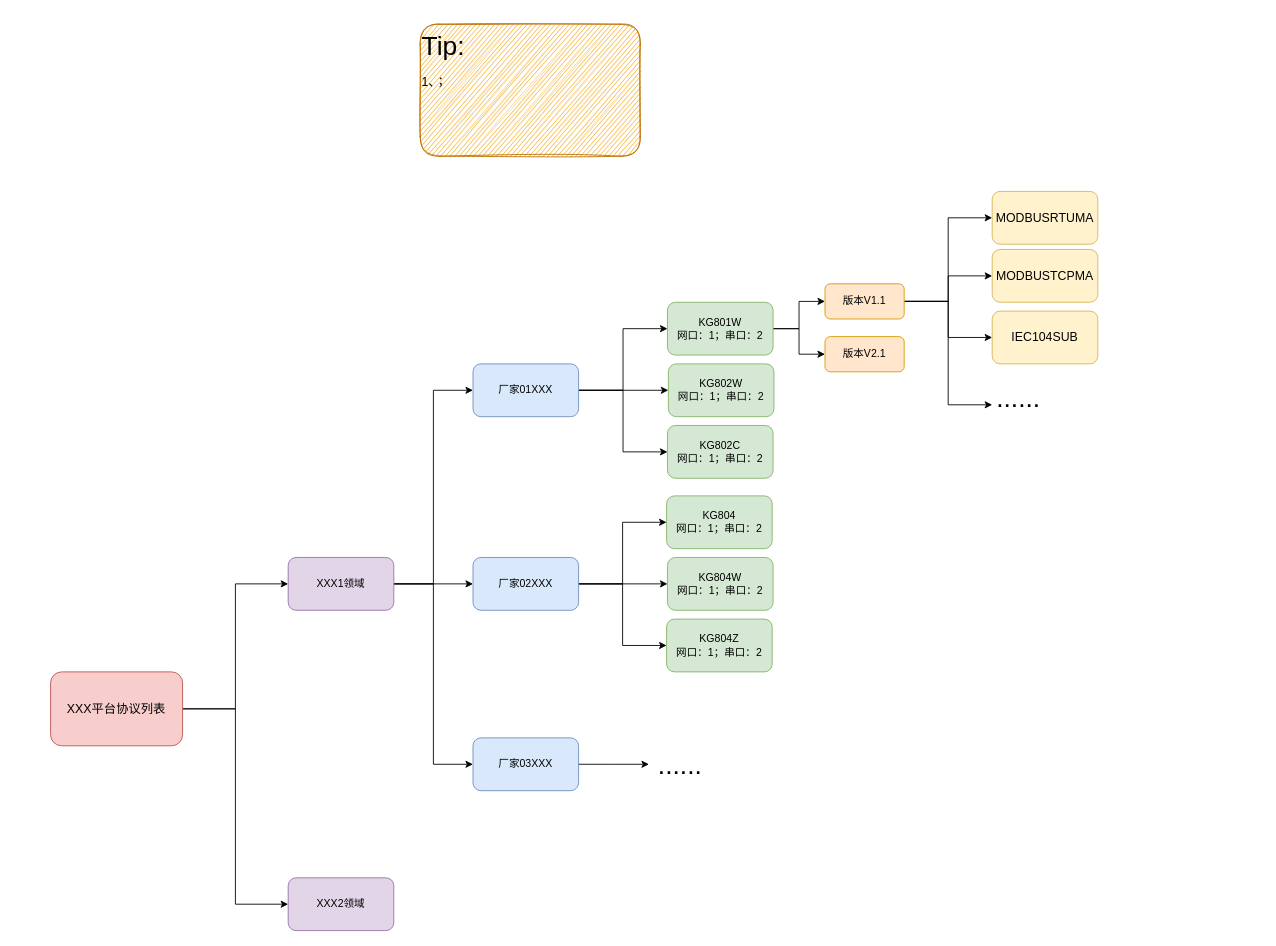
Earlier version of the draw.io diagram 协议列表.drawio (foreverfirst/draw). Source tidied: cells renumbered, new cells numbered last; positions are measured from the earlier drawing's top-left corner, leaving out a move shared by most shapes. Both pictures are drawn from the tidied source at 88%, with x=0, y=0 at pixel (50, 24).
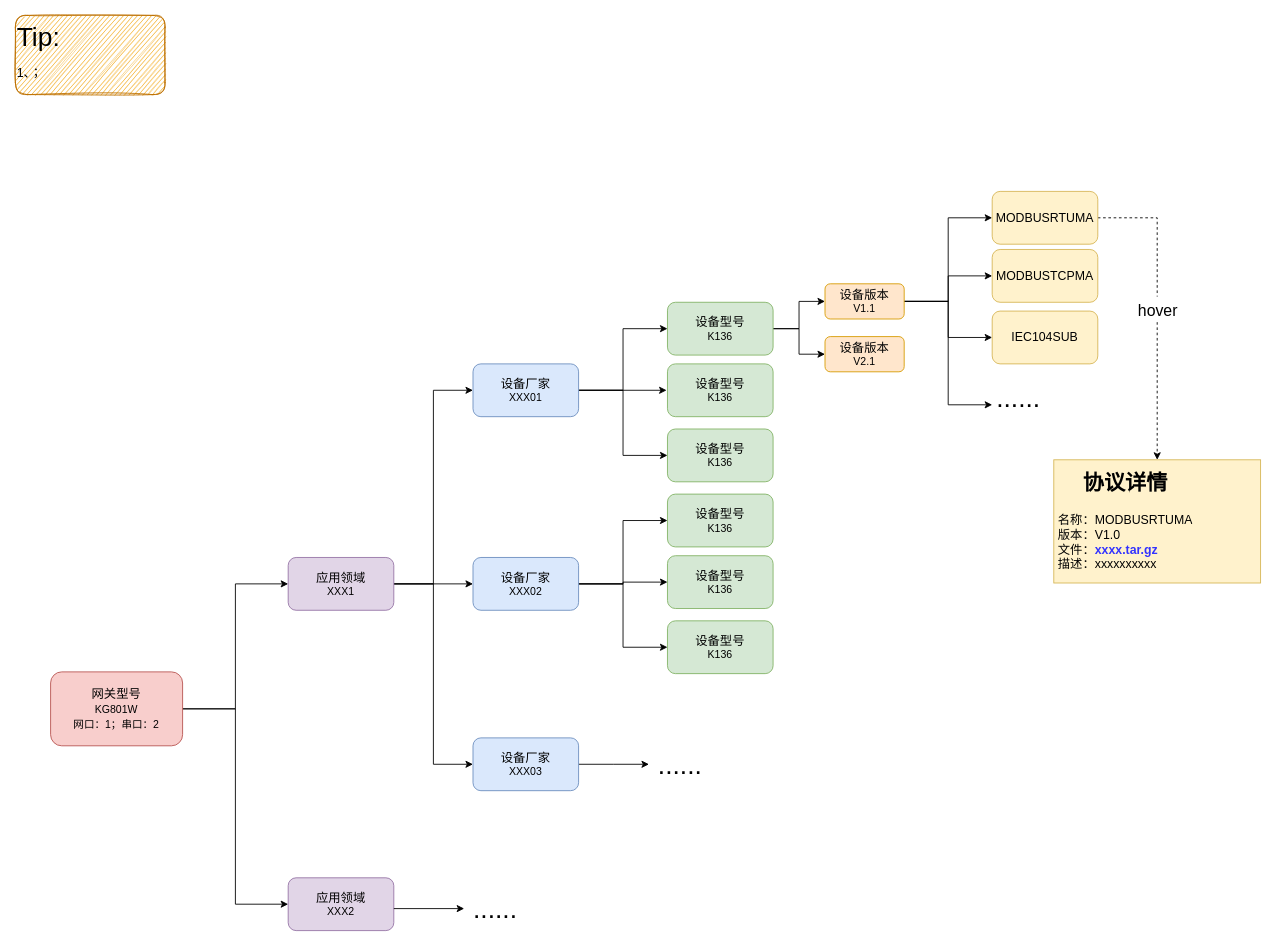
After the change.

Commit message (it also covers changes not shown here):
更新协议列表.drawio

The change refers to these unchanged cells:
```xml
<mxCell id="29" value="MODBUSRTUMA" style="rounded=1;whiteSpace=wrap;html=1;fontSize=14;fillColor=#fff2cc;strokeColor=#d6b656;" parent="1" vertex="1">
  <mxGeometry x="1070" y="190" width="120" height="60" as="geometry" />
</mxCell>
```

The edit, as a diff of the source:
```diff
@@
-    <mxCell id="3" style="edgeStyle=orthogonalEdgeStyle;rounded=0;jettySize=auto;html=1;exitX=1;exitY=0.5;exitDx=0;exitDy=0;entryX=0;entryY=0.5;entryDx=0;entryDy=0;" parent="1" edge="1" source="5" target="17">
-      <mxGeometry relative="1" as="geometry" />
+    <mxCell id="3" style="edgeStyle=orthogonalEdgeStyle;rounded=0;jettySize=auto;html=1;exitX=1;exitY=0.5;exitDx=0;exitDy=0;entryX=0;entryY=0.5;entryDx=0;entryDy=0;" parent="1" edge="1" source="5">
+      <mxGeometry relative="1" as="geometry">
+        <mxPoint x="700" y="416" as="targetPoint" />
+      </mxGeometry>
     </mxCell>
-    <mxCell id="4" style="edgeStyle=orthogonalEdgeStyle;rounded=0;jettySize=auto;html=1;exitX=1;exitY=0.5;exitDx=0;exitDy=0;entryX=0;entryY=0.5;entryDx=0;entryDy=0;" parent="1" edge="1" source="5" target="18">
-      <mxGeometry relative="1" as="geometry" />
-    </mxCell>
+    <mxCell id="40" style="edgeStyle=orthogonalEdgeStyle;rounded=0;jettySize=auto;html=1;exitX=1;exitY=0.5;exitDx=0;exitDy=0;entryX=0;entryY=0.5;entryDx=0;entryDy=0;fontSize=12;fontColor=#3333FF;" parent="1" edge="1" source="5" target="45">
+      <mxGeometry relative="1" as="geometry" />
+    </mxCell>
-    <mxCell id="5" value="厂家01XXX" style="rounded=1;whiteSpace=wrap;html=1;fillColor=#dae8fc;strokeColor=#6c8ebf;" parent="1" vertex="1">
+    <mxCell id="5" value="&lt;font style=&quot;font-size: 14px;&quot;&gt;设备厂家&lt;/font&gt;&lt;br&gt;XXX01" style="rounded=1;whiteSpace=wrap;html=1;fillColor=#dae8fc;strokeColor=#6c8ebf;" parent="1" vertex="1">
       <mxGeometry x="480" y="386" width="120" height="60" as="geometry" />
     </mxCell>
@@
-    <mxCell id="9" value="XXX1领域" style="rounded=1;whiteSpace=wrap;html=1;fillColor=#e1d5e7;strokeColor=#9673a6;" parent="1" vertex="1">
+    <mxCell id="9" value="&lt;font style=&quot;font-size: 14px;&quot;&gt;应用领域&lt;/font&gt;&lt;br&gt;XXX1" style="rounded=1;whiteSpace=wrap;html=1;fillColor=#e1d5e7;strokeColor=#9673a6;" parent="1" vertex="1">
       <mxGeometry x="270" y="606" width="120" height="60" as="geometry" />
     </mxCell>
-    <mxCell id="10" style="edgeStyle=orthogonalEdgeStyle;rounded=0;jettySize=auto;html=1;exitX=1;exitY=0.5;exitDx=0;exitDy=0;entryX=0;entryY=0.5;entryDx=0;entryDy=0;" parent="1" edge="1" source="13" target="19">
+    <mxCell id="10" style="edgeStyle=orthogonalEdgeStyle;rounded=0;jettySize=auto;html=1;exitX=1;exitY=0.5;exitDx=0;exitDy=0;entryX=0;entryY=0.5;entryDx=0;entryDy=0;" parent="1" edge="1" source="13" target="47">
       <mxGeometry relative="1" as="geometry" />
     </mxCell>
-    <mxCell id="11" style="edgeStyle=orthogonalEdgeStyle;rounded=0;jettySize=auto;html=1;exitX=1;exitY=0.5;exitDx=0;exitDy=0;entryX=0;entryY=0.5;entryDx=0;entryDy=0;" parent="1" edge="1" source="13" target="20">
+    <mxCell id="11" style="edgeStyle=orthogonalEdgeStyle;rounded=0;jettySize=auto;html=1;exitX=1;exitY=0.5;exitDx=0;exitDy=0;entryX=0;entryY=0.5;entryDx=0;entryDy=0;" parent="1" edge="1" source="13" target="49">
       <mxGeometry relative="1" as="geometry" />
     </mxCell>
-    <mxCell id="12" style="edgeStyle=orthogonalEdgeStyle;rounded=0;jettySize=auto;html=1;exitX=1;exitY=0.5;exitDx=0;exitDy=0;entryX=0;entryY=0.5;entryDx=0;entryDy=0;" parent="1" edge="1" source="13" target="21">
+    <mxCell id="12" style="edgeStyle=orthogonalEdgeStyle;rounded=0;jettySize=auto;html=1;exitX=1;exitY=0.5;exitDx=0;exitDy=0;entryX=0;entryY=0.5;entryDx=0;entryDy=0;" parent="1" edge="1" source="13" target="48">
       <mxGeometry relative="1" as="geometry" />
     </mxCell>
-    <mxCell id="13" value="厂家02XXX" style="rounded=1;whiteSpace=wrap;html=1;fillColor=#dae8fc;strokeColor=#6c8ebf;" parent="1" vertex="1">
+    <mxCell id="13" value="&lt;font style=&quot;font-size: 14px;&quot;&gt;设备厂家&lt;/font&gt;&lt;br&gt;XXX02" style="rounded=1;whiteSpace=wrap;html=1;fillColor=#dae8fc;strokeColor=#6c8ebf;" parent="1" vertex="1">
       <mxGeometry x="480" y="606" width="120" height="60" as="geometry" />
     </mxCell>
@@
-    <mxCell id="16" value="KG801W&lt;br&gt;网口：1；串口：2" style="rounded=1;whiteSpace=wrap;html=1;fillColor=#d5e8d4;strokeColor=#82b366;" parent="1" vertex="1">
+    <mxCell id="16" value="&lt;font style=&quot;&quot;&gt;&lt;span style=&quot;font-size: 14px;&quot;&gt;设备型号&lt;/span&gt;&lt;br&gt;&lt;font style=&quot;font-size: 12px;&quot;&gt;K136&lt;/font&gt;&lt;br&gt;&lt;/font&gt;" style="rounded=1;whiteSpace=wrap;html=1;fillColor=#d5e8d4;strokeColor=#82b366;" parent="1" vertex="1">
       <mxGeometry x="701" y="316" width="120" height="60" as="geometry" />
     </mxCell>
-    <mxCell id="17" value="&lt;span style=&quot;text-align: left;&quot;&gt;KG802W&lt;br&gt;&lt;/span&gt;网口：1；串口：2&lt;span style=&quot;text-align: left;&quot;&gt;&lt;br&gt;&lt;/span&gt;" style="rounded=1;whiteSpace=wrap;html=1;fillColor=#d5e8d4;strokeColor=#82b366;" parent="1" vertex="1">
-      <mxGeometry x="702" y="386" width="120" height="60" as="geometry" />
-    </mxCell>
-    <mxCell id="18" value="&lt;div style=&quot;&quot;&gt;&lt;span style=&quot;background-color: initial;&quot;&gt;KG802C&lt;/span&gt;&lt;/div&gt;&lt;div style=&quot;&quot;&gt;&lt;span style=&quot;&quot;&gt;网口：1；串口：2&lt;/span&gt;&lt;span style=&quot;background-color: initial;&quot;&gt;&lt;br&gt;&lt;/span&gt;&lt;/div&gt;" style="rounded=1;whiteSpace=wrap;html=1;fillColor=#d5e8d4;strokeColor=#82b366;" parent="1" vertex="1">
-      <mxGeometry x="701" y="456" width="120" height="60" as="geometry" />
-    </mxCell>
-    <mxCell id="19" value="&lt;span style=&quot;text-align: left;&quot;&gt;KG804&lt;/span&gt;&lt;br&gt;网口：1；串口：2" style="rounded=1;whiteSpace=wrap;html=1;fillColor=#d5e8d4;strokeColor=#82b366;" parent="1" vertex="1">
-      <mxGeometry x="700" y="536" width="120" height="60" as="geometry" />
-    </mxCell>
-    <mxCell id="20" value="&lt;span style=&quot;text-align: left;&quot;&gt;KG804W&lt;/span&gt;&lt;span style=&quot;text-align: left;&quot;&gt;&lt;br&gt;&lt;/span&gt;网口：1；串口：2&lt;span style=&quot;text-align: left;&quot;&gt;&lt;br&gt;&lt;/span&gt;" style="rounded=1;whiteSpace=wrap;html=1;fillColor=#d5e8d4;strokeColor=#82b366;" parent="1" vertex="1">
-      <mxGeometry x="701" y="606" width="120" height="60" as="geometry" />
-    </mxCell>
-    <mxCell id="21" value="&lt;div style=&quot;&quot;&gt;&lt;span style=&quot;text-align: left;&quot;&gt;KG804Z&lt;/span&gt;&lt;br&gt;&lt;/div&gt;&lt;div style=&quot;&quot;&gt;&lt;span style=&quot;&quot;&gt;网口：1；串口：2&lt;/span&gt;&lt;span style=&quot;background-color: initial;&quot;&gt;&lt;br&gt;&lt;/span&gt;&lt;/div&gt;" style="rounded=1;whiteSpace=wrap;html=1;fillColor=#d5e8d4;strokeColor=#82b366;" parent="1" vertex="1">
-      <mxGeometry x="700" y="676" width="120" height="60" as="geometry" />
-    </mxCell>
@@
-    <mxCell id="23" value="厂家03XXX" style="rounded=1;whiteSpace=wrap;html=1;fillColor=#dae8fc;strokeColor=#6c8ebf;" parent="1" vertex="1">
+    <mxCell id="23" value="&lt;font style=&quot;font-size: 14px;&quot;&gt;设备厂家&lt;/font&gt;&lt;br&gt;XXX03" style="rounded=1;whiteSpace=wrap;html=1;fillColor=#dae8fc;strokeColor=#6c8ebf;" parent="1" vertex="1">
       <mxGeometry x="480" y="811" width="120" height="60" as="geometry" />
     </mxCell>
@@
+    <mxCell id="41" value="&lt;font style=&quot;font-size: 18px;&quot; color=&quot;#000000&quot;&gt;hover&lt;/font&gt;" style="edgeStyle=orthogonalEdgeStyle;jettySize=auto;html=1;exitX=1;exitY=0.5;exitDx=0;exitDy=0;entryX=0.5;entryY=0;entryDx=0;entryDy=0;fontSize=24;fontColor=#3333FF;rounded=0;dashed=1;" parent="1" edge="1" source="29" target="42">
+      <mxGeometry relative="1" as="geometry" />
+    </mxCell>
@@
-    <mxCell id="33" value="版本V1.1" style="rounded=1;whiteSpace=wrap;html=1;fillColor=#ffe6cc;strokeColor=#d79b00;" parent="1" vertex="1">
+    <mxCell id="33" value="&lt;font style=&quot;font-size: 14px;&quot;&gt;设备版本&lt;/font&gt;&lt;br&gt;V1.1" style="rounded=1;whiteSpace=wrap;html=1;fillColor=#ffe6cc;strokeColor=#d79b00;" parent="1" vertex="1">
       <mxGeometry x="880" y="295" width="90" height="40" as="geometry" />
     </mxCell>
-    <mxCell id="34" value="版本V2.1" style="rounded=1;whiteSpace=wrap;html=1;fillColor=#ffe6cc;strokeColor=#d79b00;" parent="1" vertex="1">
+    <mxCell id="34" value="&lt;font style=&quot;font-size: 14px;&quot;&gt;设备版本&lt;/font&gt;&lt;br&gt;V2.1" style="rounded=1;whiteSpace=wrap;html=1;fillColor=#ffe6cc;strokeColor=#d79b00;" parent="1" vertex="1">
       <mxGeometry x="880" y="355" width="90" height="40" as="geometry" />
     </mxCell>
     <mxCell id="35" value="Tip:&lt;br&gt;&lt;font style=&quot;font-size: 14px;&quot;&gt;1、；&lt;/font&gt;" style="text;html=1;strokeColor=#BD7000;fillColor=#f0a30a;align=left;verticalAlign=top;whiteSpace=wrap;rounded=1;fontSize=30;fontColor=#000000;sketch=1;shadow=0;glass=0;strokeWidth=1;" parent="1" vertex="1">
-      <mxGeometry x="420" width="250" height="150" as="geometry" />
+      <mxGeometry x="-40" y="-10" width="170" height="90" as="geometry" />
     </mxCell>
-    <mxCell id="36" value="XXX2领域" style="rounded=1;whiteSpace=wrap;html=1;fillColor=#e1d5e7;strokeColor=#9673a6;" parent="1" vertex="1">
+    <mxCell id="36" value="&lt;font style=&quot;font-size: 14px;&quot;&gt;应用领域&lt;/font&gt;&lt;br&gt;XXX2" style="rounded=1;whiteSpace=wrap;html=1;fillColor=#e1d5e7;strokeColor=#9673a6;" parent="1" vertex="1">
       <mxGeometry x="270" y="970" width="120" height="60" as="geometry" />
     </mxCell>
@@
-    <mxCell id="39" value="XXX平台协议列表" style="rounded=1;whiteSpace=wrap;html=1;shadow=0;glass=0;sketch=0;strokeWidth=1;fontSize=14;fillColor=#f8cecc;strokeColor=#b85450;" parent="1" vertex="1">
+    <mxCell id="39" value="网关型号&lt;br&gt;&lt;span style=&quot;font-size: 12px;&quot;&gt;KG801W&lt;/span&gt;&lt;br style=&quot;font-size: 12px;&quot;&gt;&lt;span style=&quot;font-size: 12px;&quot;&gt;网口：1；串口：2&lt;/span&gt;" style="rounded=1;whiteSpace=wrap;html=1;shadow=0;glass=0;sketch=0;strokeWidth=1;fontSize=14;fillColor=#f8cecc;strokeColor=#b85450;" parent="1" vertex="1">
       <mxGeometry y="736" width="150" height="84" as="geometry" />
     </mxCell>
+    <mxCell id="42" value="&lt;h1 style=&quot;text-align: center;&quot;&gt;&lt;font style=&quot;font-size: 24px;&quot;&gt;协议详情&lt;/font&gt;&lt;/h1&gt;&lt;p&gt;&lt;/p&gt;&lt;span style=&quot;text-align: center;&quot;&gt;名称：MODBUSRTUMA&lt;br&gt;版本：V1.0&lt;br&gt;文件：&lt;font color=&quot;#3333ff&quot;&gt;&lt;b&gt;xxxx.tar.gz&lt;/b&gt;&lt;br&gt;&lt;/font&gt;描述：xxxxxxxxxx&lt;br&gt;&lt;br&gt;&lt;/span&gt;" style="text;html=1;strokeColor=#d6b656;fillColor=#fff2cc;spacing=5;spacingTop=-20;whiteSpace=wrap;overflow=hidden;rounded=0;shadow=0;glass=0;sketch=0;strokeWidth=1;fontSize=14;" parent="1" vertex="1">
+      <mxGeometry x="1140" y="495" width="235" height="140" as="geometry" />
+    </mxCell>
+    <mxCell id="43" style="edgeStyle=orthogonalEdgeStyle;rounded=0;orthogonalLoop=1;jettySize=auto;html=1;" parent="1" edge="1">
+      <mxGeometry relative="1" as="geometry">
+        <mxPoint x="390" y="1005" as="sourcePoint" />
+        <mxPoint x="470" y="1005" as="targetPoint" />
+      </mxGeometry>
+    </mxCell>
+    <mxCell id="44" value="......" style="text;html=1;align=center;verticalAlign=middle;strokeColor=none;fillColor=none;fontSize=30;" parent="1" vertex="1">
+      <mxGeometry x="470" y="980" width="70" height="50" as="geometry" />
+    </mxCell>
+    <mxCell id="45" value="&lt;font style=&quot;&quot;&gt;&lt;span style=&quot;font-size: 14px;&quot;&gt;设备型号&lt;/span&gt;&lt;br&gt;&lt;font style=&quot;font-size: 12px;&quot;&gt;K136&lt;/font&gt;&lt;br&gt;&lt;/font&gt;" style="rounded=1;whiteSpace=wrap;html=1;fillColor=#d5e8d4;strokeColor=#82b366;" parent="1" vertex="1">
+      <mxGeometry x="701" y="460" width="120" height="60" as="geometry" />
+    </mxCell>
+    <mxCell id="46" value="&lt;font style=&quot;&quot;&gt;&lt;span style=&quot;font-size: 14px;&quot;&gt;设备型号&lt;/span&gt;&lt;br&gt;&lt;font style=&quot;font-size: 12px;&quot;&gt;K136&lt;/font&gt;&lt;br&gt;&lt;/font&gt;" style="rounded=1;whiteSpace=wrap;html=1;fillColor=#d5e8d4;strokeColor=#82b366;" parent="1" vertex="1">
+      <mxGeometry x="701" y="386" width="120" height="60" as="geometry" />
+    </mxCell>
+    <mxCell id="47" value="&lt;font style=&quot;&quot;&gt;&lt;span style=&quot;font-size: 14px;&quot;&gt;设备型号&lt;/span&gt;&lt;br&gt;&lt;font style=&quot;font-size: 12px;&quot;&gt;K136&lt;/font&gt;&lt;br&gt;&lt;/font&gt;" style="rounded=1;whiteSpace=wrap;html=1;fillColor=#d5e8d4;strokeColor=#82b366;" parent="1" vertex="1">
+      <mxGeometry x="701" y="534" width="120" height="60" as="geometry" />
+    </mxCell>
+    <mxCell id="48" value="&lt;font style=&quot;&quot;&gt;&lt;span style=&quot;font-size: 14px;&quot;&gt;设备型号&lt;/span&gt;&lt;br&gt;&lt;font style=&quot;font-size: 12px;&quot;&gt;K136&lt;/font&gt;&lt;br&gt;&lt;/font&gt;" style="rounded=1;whiteSpace=wrap;html=1;fillColor=#d5e8d4;strokeColor=#82b366;" parent="1" vertex="1">
+      <mxGeometry x="701" y="678" width="120" height="60" as="geometry" />
+    </mxCell>
+    <mxCell id="49" value="&lt;font style=&quot;&quot;&gt;&lt;span style=&quot;font-size: 14px;&quot;&gt;设备型号&lt;/span&gt;&lt;br&gt;&lt;font style=&quot;font-size: 12px;&quot;&gt;K136&lt;/font&gt;&lt;br&gt;&lt;/font&gt;" style="rounded=1;whiteSpace=wrap;html=1;fillColor=#d5e8d4;strokeColor=#82b366;" parent="1" vertex="1">
+      <mxGeometry x="701" y="604" width="120" height="60" as="geometry" />
+    </mxCell>
```
